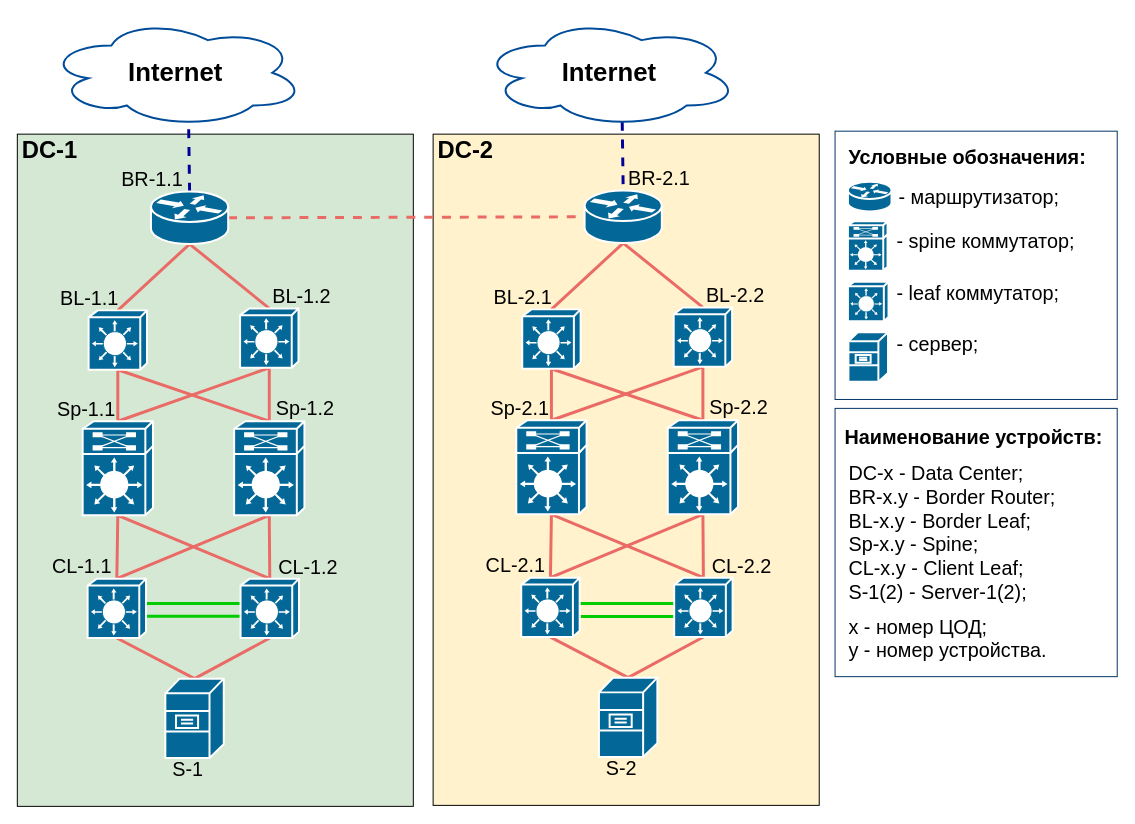
Tema-sudo/OTUS_DC_network_design keeps this draw.io diagram as Graduate_project/GP_common_topo.drawio. Above is the earlier version. Source tidied: cells renumbered, new cells numbered last; positions are measured from the earlier drawing's top-left corner, leaving out a move shared by most shapes. Both pictures are drawn from the tidied source at 99%, with x=0, y=0 at pixel (17, 18).
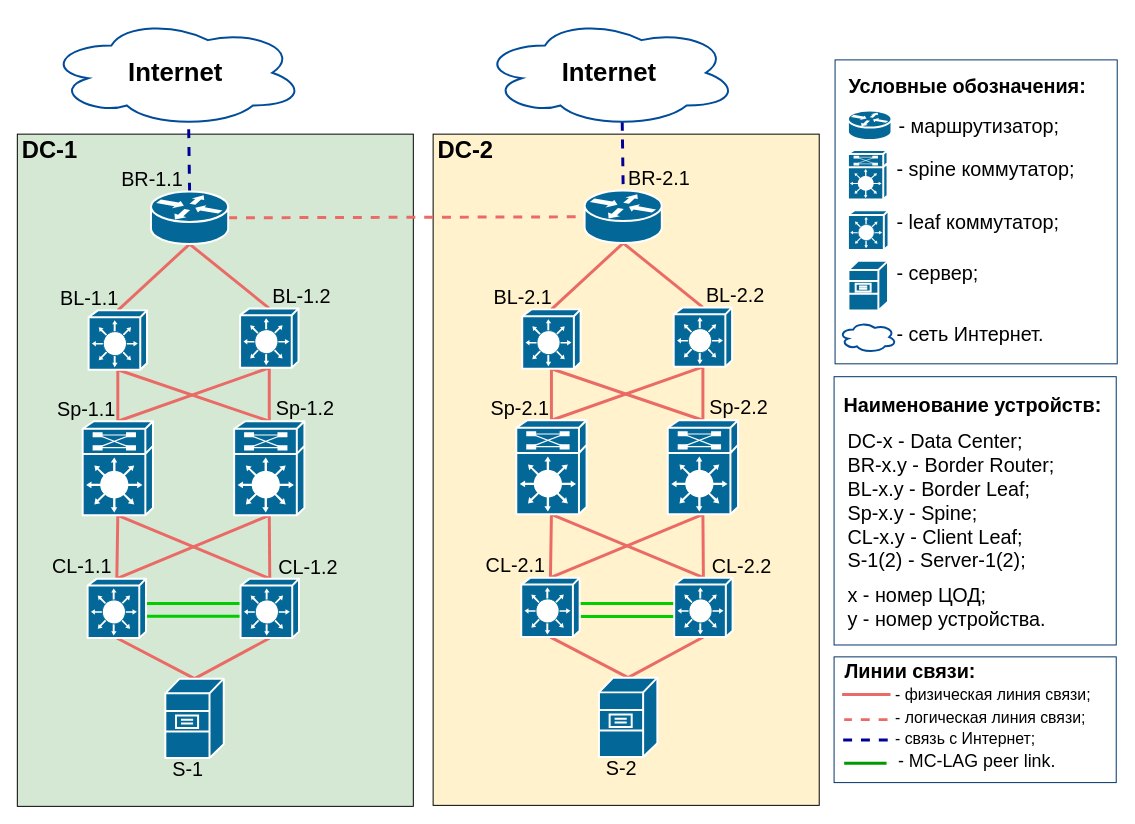
The same diagram, later.

Change to the diagram source:
```diff
@@
+    <mxCell id="85" style="rounded=0;whiteSpace=wrap;html=1;strokeColor=#003366;strokeWidth=1;" parent="1" vertex="1">
+      <mxGeometry x="825" y="645" width="285" height="127" as="geometry" />
+    </mxCell>
     <mxCell id="2" style="rounded=0;whiteSpace=wrap;html=1;strokeColor=#003366;strokeWidth=1;" parent="1" vertex="1">
-      <mxGeometry x="826" y="394" width="285" height="271" as="geometry" />
+      <mxGeometry x="825" y="362" width="285" height="271" as="geometry" />
     </mxCell>
@@
     <mxCell id="12" style="rounded=0;whiteSpace=wrap;html=1;strokeColor=#003366;strokeWidth=1;" parent="1" vertex="1">
-      <mxGeometry x="826" y="114" width="285" height="271" as="geometry" />
+      <mxGeometry x="826" y="42" width="285" height="307" as="geometry" />
     </mxCell>
@@
     <mxCell id="49" value="Условные обозначения:&amp;nbsp;" style="text;html=1;strokeColor=none;fillColor=none;align=left;verticalAlign=middle;whiteSpace=wrap;rounded=0;fontSize=20;fontFamily=Helvetica;horizontal=1;fontStyle=1;" parent="1" vertex="1">
-      <mxGeometry x="838" y="110" width="250" height="60" as="geometry" />
+      <mxGeometry x="838" y="38" width="250" height="60" as="geometry" />
     </mxCell>
     <mxCell id="50" style="shape=mxgraph.cisco.routers.router;sketch=0;html=1;dashed=0;fillColor=#036897;strokeColor=#ffffff;strokeWidth=2;verticalLabelPosition=bottom;verticalAlign=top;align=center;" parent="1" vertex="1">
-      <mxGeometry x="839" y="165" width="44" height="30" as="geometry" />
+      <mxGeometry x="839" y="93" width="44" height="30" as="geometry" />
     </mxCell>
     <mxCell id="51" style="shape=mxgraph.cisco.switches.layer_3_switch;sketch=0;html=1;dashed=0;fillColor=#036897;strokeColor=#ffffff;strokeWidth=2;verticalLabelPosition=bottom;verticalAlign=top;align=center;hachureGap=4;jiggle=2;curveFitting=1;fontFamily=Architects Daughter;fontSize=20;" parent="1" vertex="1">
-      <mxGeometry x="839" y="266" width="41" height="40" as="geometry" />
+      <mxGeometry x="839" y="194" width="41" height="40" as="geometry" />
     </mxCell>
     <mxCell id="52" style="shape=mxgraph.cisco.misc.route_switch_processor;html=1;dashed=0;fillColor=#036897;strokeColor=#ffffff;strokeWidth=2;verticalLabelPosition=bottom;verticalAlign=top;rounded=0;shadow=0;comic=0;fontFamily=Verdana;fontSize=12;" parent="1" vertex="1">
-      <mxGeometry x="839" y="205" width="40" height="50" as="geometry" />
+      <mxGeometry x="839" y="133" width="40" height="50" as="geometry" />
     </mxCell>
     <mxCell id="53" value="&amp;nbsp;- маршрутизатор;&amp;nbsp;&lt;br&gt;&amp;nbsp; &amp;nbsp; &amp;nbsp; &amp;nbsp;&amp;nbsp;" style="text;html=1;strokeColor=none;fillColor=none;align=left;verticalAlign=middle;whiteSpace=wrap;rounded=0;fontSize=20;fontFamily=Helvetica;horizontal=1;" parent="1" vertex="1">
-      <mxGeometry x="883" y="172.2" width="190" height="40" as="geometry" />
+      <mxGeometry x="883" y="100.2" width="190" height="40" as="geometry" />
     </mxCell>
     <mxCell id="54" value="&amp;nbsp;- leaf коммутатор;&amp;nbsp;&lt;br&gt;&amp;nbsp; &amp;nbsp; &amp;nbsp; &amp;nbsp;&amp;nbsp;" style="text;html=1;strokeColor=none;fillColor=none;align=left;verticalAlign=middle;whiteSpace=wrap;rounded=0;fontSize=20;fontFamily=Helvetica;horizontal=1;" parent="1" vertex="1">
-      <mxGeometry x="881" y="269.2" width="190" height="40" as="geometry" />
+      <mxGeometry x="881" y="197.2" width="190" height="40" as="geometry" />
     </mxCell>
     <mxCell id="55" value="&amp;nbsp;- spine коммутатор;&amp;nbsp;&lt;br&gt;&amp;nbsp; &amp;nbsp; &amp;nbsp; &amp;nbsp;&amp;nbsp;" style="text;html=1;strokeColor=none;fillColor=none;align=left;verticalAlign=middle;whiteSpace=wrap;rounded=0;fontSize=20;fontFamily=Helvetica;horizontal=1;" parent="1" vertex="1">
-      <mxGeometry x="881" y="216" width="206" height="40" as="geometry" />
+      <mxGeometry x="881" y="144" width="206" height="40" as="geometry" />
     </mxCell>
     <mxCell id="56" style="shape=mxgraph.cisco.servers.file_server;sketch=0;html=1;dashed=0;fillColor=#036897;strokeColor=#ffffff;strokeWidth=2;verticalLabelPosition=bottom;verticalAlign=top;align=center;" parent="1" vertex="1">
-      <mxGeometry x="839.5" y="317" width="40" height="50" as="geometry" />
+      <mxGeometry x="839.5" y="245" width="40" height="50" as="geometry" />
     </mxCell>
     <mxCell id="57" value="&amp;nbsp;- сервер;&amp;nbsp;&lt;br&gt;&amp;nbsp; &amp;nbsp; &amp;nbsp; &amp;nbsp;&amp;nbsp;" style="text;html=1;strokeColor=none;fillColor=none;align=left;verticalAlign=middle;whiteSpace=wrap;rounded=0;fontSize=20;fontFamily=Helvetica;horizontal=1;" parent="1" vertex="1">
-      <mxGeometry x="881" y="324" width="190" height="33" as="geometry" />
+      <mxGeometry x="881" y="252" width="190" height="33" as="geometry" />
     </mxCell>
     <mxCell id="58" value="DC-x - Data Center;&lt;br&gt;BR-x.y - Border Router;&lt;br&gt;BL-x.y - Border Leaf;&lt;br&gt;Sp-x.y - Spine;&lt;br&gt;CL-x.y - Client Leaf;&lt;br&gt;S-1(2) - Server-1(2);" style="text;html=1;strokeColor=none;fillColor=none;align=left;verticalAlign=middle;whiteSpace=wrap;rounded=0;fontSize=20;fontFamily=Helvetica;horizontal=1;spacing=0;" parent="1" vertex="1">
-      <mxGeometry x="839.5" y="439.9" width="210" height="158.1" as="geometry" />
+      <mxGeometry x="838.5" y="407.9" width="210" height="158.1" as="geometry" />
     </mxCell>
     <mxCell id="59" value="Наименование устройств:" style="text;html=1;strokeColor=none;fillColor=none;align=left;verticalAlign=middle;whiteSpace=wrap;rounded=0;fontSize=20;fontFamily=Helvetica;horizontal=1;fontStyle=1;" parent="1" vertex="1">
-      <mxGeometry x="834.2" y="401.9" width="268.5" height="40" as="geometry" />
+      <mxGeometry x="833.2" y="369.9" width="268.5" height="40" as="geometry" />
     </mxCell>
     <mxCell id="60" value="x - номер ЦОД;&lt;br&gt;y - номер устройства." style="text;html=1;strokeColor=none;fillColor=none;align=left;verticalAlign=middle;whiteSpace=wrap;rounded=0;fontSize=20;fontFamily=Helvetica;horizontal=1;spacing=0;" parent="1" vertex="1">
-      <mxGeometry x="839.5" y="600" width="250" height="51.8" as="geometry" />
+      <mxGeometry x="838.5" y="568" width="250" height="51.8" as="geometry" />
     </mxCell>
@@
+    <mxCell id="86" value="Линии связи:" style="text;html=1;strokeColor=none;fillColor=none;align=left;verticalAlign=middle;whiteSpace=wrap;rounded=0;fontSize=20;fontFamily=Helvetica;horizontal=1;fontStyle=1;" parent="1" vertex="1">
+      <mxGeometry x="834.2" y="639" width="268.5" height="40" as="geometry" />
+    </mxCell>
+    <mxCell id="87" style="rounded=0;hachureGap=4;orthogonalLoop=1;jettySize=auto;html=1;entryX=0.5;entryY=1;entryDx=0;entryDy=0;entryPerimeter=0;fontFamily=Architects Daughter;fontSize=16;strokeWidth=3;strokeColor=#EA6B66;endArrow=none;endFill=0;" parent="1" edge="1">
+      <mxGeometry relative="1" as="geometry">
+        <mxPoint x="882" y="683" as="sourcePoint" />
+        <mxPoint x="833.1" y="683" as="targetPoint" />
+      </mxGeometry>
+    </mxCell>
+    <mxCell id="88" value="- физическая линия связи;" style="text;html=1;strokeColor=none;fillColor=none;align=left;verticalAlign=middle;whiteSpace=wrap;rounded=0;fontSize=16;fontFamily=Helvetica;horizontal=1;spacing=0;" parent="1" vertex="1">
+      <mxGeometry x="887" y="674.6" width="210" height="17" as="geometry" />
+    </mxCell>
+    <mxCell id="89" style="rounded=0;hachureGap=4;orthogonalLoop=1;jettySize=auto;html=1;entryX=0.5;entryY=1;entryDx=0;entryDy=0;entryPerimeter=0;fontFamily=Architects Daughter;fontSize=16;strokeWidth=3;strokeColor=#EA6B66;endArrow=none;endFill=0;dashed=1;" parent="1" edge="1">
+      <mxGeometry relative="1" as="geometry">
+        <mxPoint x="879" y="708.4" as="sourcePoint" />
+        <mxPoint x="835.2" y="708.4" as="targetPoint" />
+      </mxGeometry>
+    </mxCell>
+    <mxCell id="90" value="- логическая линия связи;" style="text;html=1;strokeColor=none;fillColor=none;align=left;verticalAlign=middle;whiteSpace=wrap;rounded=0;fontSize=16;fontFamily=Helvetica;horizontal=1;spacing=0;" parent="1" vertex="1">
+      <mxGeometry x="887" y="697" width="200" height="17" as="geometry" />
+    </mxCell>
+    <mxCell id="91" style="edgeStyle=none;rounded=0;hachureGap=4;orthogonalLoop=1;jettySize=auto;html=1;fontFamily=Architects Daughter;fontSize=16;endArrow=none;endFill=0;strokeWidth=3;strokeColor=#000099;dashed=1;" parent="1" edge="1">
+      <mxGeometry relative="1" as="geometry">
+        <mxPoint x="834.2" y="729" as="sourcePoint" />
+        <mxPoint x="884.2" y="729" as="targetPoint" />
+      </mxGeometry>
+    </mxCell>
+    <mxCell id="92" value="- связь с Интернет;" style="text;html=1;strokeColor=none;fillColor=none;align=left;verticalAlign=middle;whiteSpace=wrap;rounded=0;fontSize=16;fontFamily=Helvetica;horizontal=1;spacing=0;" parent="1" vertex="1">
+      <mxGeometry x="887" y="719.2" width="200" height="17" as="geometry" />
+    </mxCell>
+    <mxCell id="93" style="rounded=0;hachureGap=4;orthogonalLoop=1;jettySize=auto;html=1;entryX=0.5;entryY=1;entryDx=0;entryDy=0;entryPerimeter=0;fontFamily=Architects Daughter;fontSize=16;strokeWidth=3;strokeColor=#009900;endArrow=none;endFill=0;" parent="1" edge="1">
+      <mxGeometry relative="1" as="geometry">
+        <mxPoint x="878" y="752.4" as="sourcePoint" />
+        <mxPoint x="835.2" y="752.4" as="targetPoint" />
+      </mxGeometry>
+    </mxCell>
+    <mxCell id="94" value="- MC-LAG peer link." style="text;html=1;strokeColor=none;fillColor=none;align=left;verticalAlign=middle;whiteSpace=wrap;rounded=0;fontSize=18;fontFamily=Helvetica;horizontal=1;spacing=0;" parent="1" vertex="1">
+      <mxGeometry x="890" y="742" width="220" height="17" as="geometry" />
+    </mxCell>
+    <mxCell id="95" style="ellipse;shape=cloud;whiteSpace=wrap;html=1;fontColor=#000000;strokeColor=#004C99;fontStyle=1;strokeWidth=2;fontSize=26;" parent="1" vertex="1">
+      <mxGeometry x="830" y="306.5" width="58" height="31" as="geometry" />
+    </mxCell>
+    <mxCell id="96" value="&amp;nbsp;- сеть Интернет.&amp;nbsp;" style="text;html=1;strokeColor=none;fillColor=none;align=left;verticalAlign=middle;whiteSpace=wrap;rounded=0;fontSize=20;fontFamily=Helvetica;horizontal=1;" parent="1" vertex="1">
+      <mxGeometry x="881" y="301" width="190" height="33" as="geometry" />
+    </mxCell>
```
